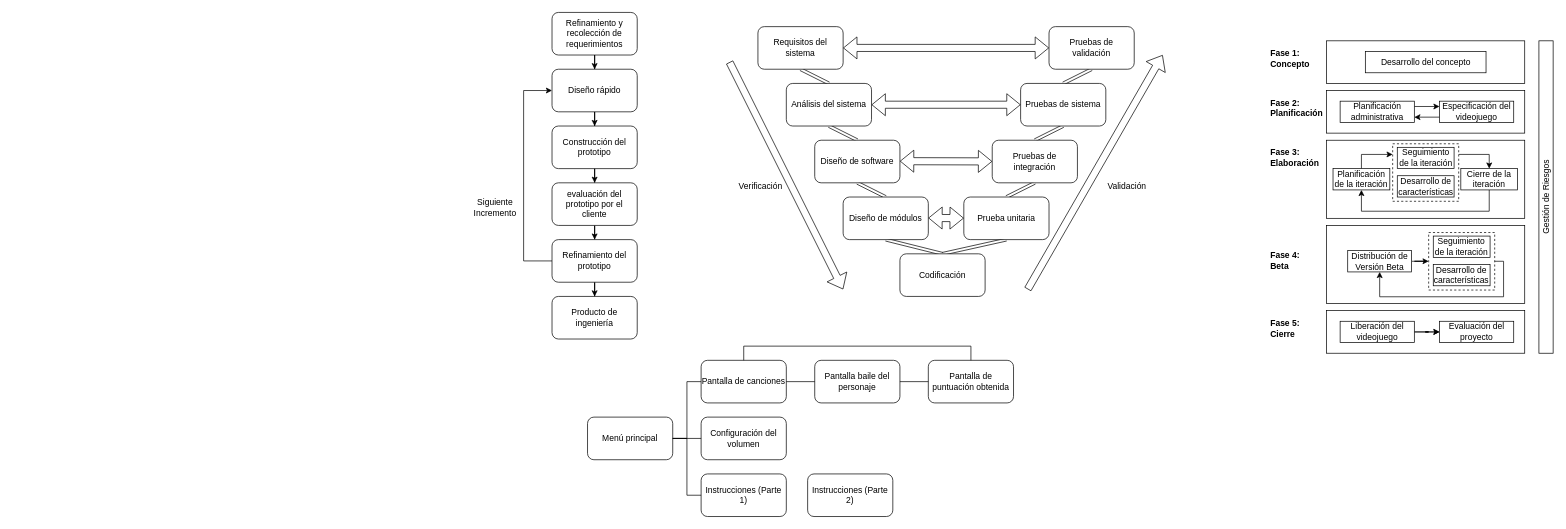
Before: Untitled Diagram.drawio in CesarIsraelLeonCifuentes/VideojuegoTesis, a draw.io diagram. Source tidied: cells renumbered, new cells numbered last; positions are measured from the earlier drawing's top-left corner, leaving out a move shared by most shapes. Both pictures are drawn from the tidied source at 71%, with x=0, y=0 at pixel (474, 12).
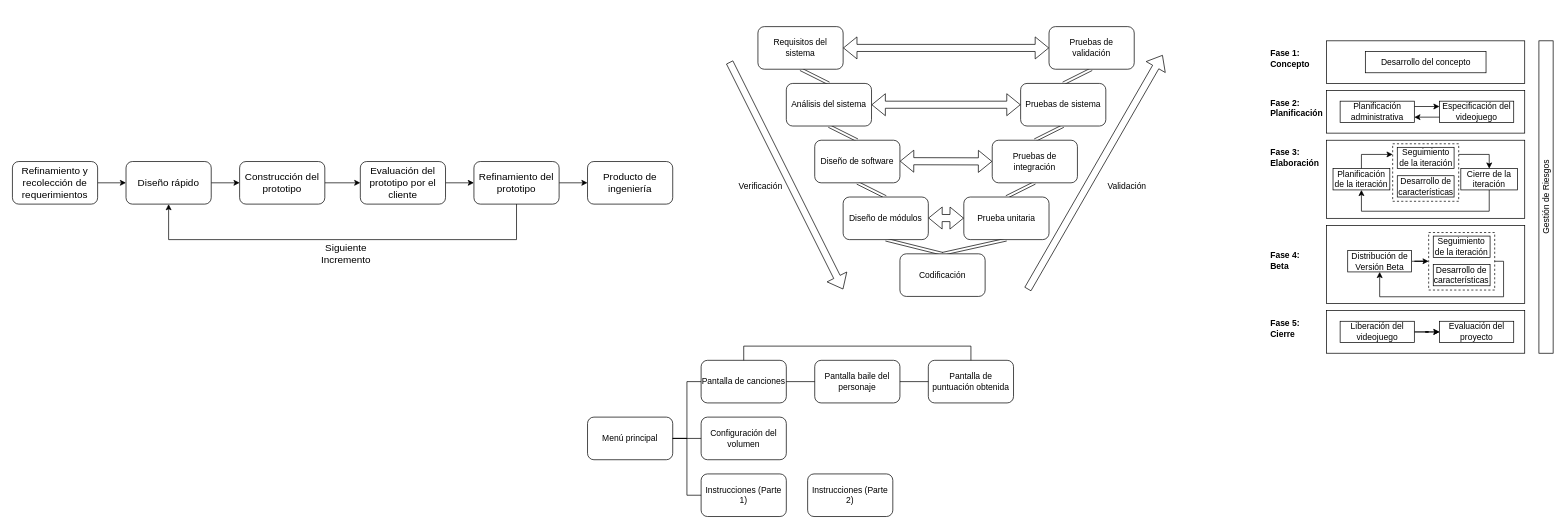
After the change.

The edit, as a diff of the source:
```diff
@@
-    <mxCell id="3" value="Refinamiento y recolección de requerimientos" style="rounded=1;whiteSpace=wrap;html=1;" parent="1" vertex="1">
-      <mxGeometry x="110" width="120" height="60" as="geometry" />
+    <mxCell id="3" value="&lt;font style=&quot;font-size: 14px;&quot;&gt;Refinamiento y recolección de requerimientos&lt;/font&gt;" style="rounded=1;whiteSpace=wrap;html=1;" parent="1" vertex="1">
+      <mxGeometry x="-650" y="210" width="120" height="60" as="geometry" />
     </mxCell>
@@
-    <mxCell id="5" value="Diseño rápido" style="rounded=1;whiteSpace=wrap;html=1;" parent="1" vertex="1">
-      <mxGeometry x="110" y="80" width="120" height="60" as="geometry" />
+    <mxCell id="5" value="&lt;font style=&quot;font-size: 14px;&quot;&gt;Diseño rápido&lt;/font&gt;" style="rounded=1;whiteSpace=wrap;html=1;" parent="1" vertex="1">
+      <mxGeometry x="-490" y="210" width="120" height="60" as="geometry" />
     </mxCell>
@@
-    <mxCell id="7" value="Construcción del prototipo" style="rounded=1;whiteSpace=wrap;html=1;" parent="1" vertex="1">
-      <mxGeometry x="110" y="160" width="120" height="60" as="geometry" />
+    <mxCell id="7" value="&lt;font style=&quot;font-size: 14px;&quot;&gt;Construcción del prototipo&lt;/font&gt;" style="rounded=1;whiteSpace=wrap;html=1;" parent="1" vertex="1">
+      <mxGeometry x="-330" y="210" width="120" height="60" as="geometry" />
     </mxCell>
@@
-    <mxCell id="9" value="evaluación del prototipo por el cliente" style="rounded=1;whiteSpace=wrap;html=1;" parent="1" vertex="1">
-      <mxGeometry x="110" y="240" width="120" height="60" as="geometry" />
+    <mxCell id="9" value="&lt;font style=&quot;font-size: 14px;&quot;&gt;Evaluación del prototipo por el cliente&lt;/font&gt;" style="rounded=1;whiteSpace=wrap;html=1;" parent="1" vertex="1">
+      <mxGeometry x="-160" y="210" width="120" height="60" as="geometry" />
     </mxCell>
-    <mxCell id="10" style="edgeStyle=orthogonalEdgeStyle;rounded=0;jettySize=auto;html=1;entryX=0;entryY=0.5;entryDx=0;entryDy=0;" parent="1" edge="1" source="12" target="5">
+    <mxCell id="10" style="edgeStyle=orthogonalEdgeStyle;rounded=0;jettySize=auto;html=1;entryX=0.5;entryY=1;entryDx=0;entryDy=0;" parent="1" edge="1" source="12" target="5">
       <mxGeometry relative="1" as="geometry">
         <Array as="points">
-          <mxPoint x="70" y="350" />
-          <mxPoint x="70" y="110" />
+          <mxPoint x="60" y="320" />
+          <mxPoint x="-430" y="320" />
         </Array>
       </mxGeometry>
     </mxCell>
@@
-    <mxCell id="12" value="Refinamiento del prototipo" style="rounded=1;whiteSpace=wrap;html=1;" parent="1" vertex="1">
-      <mxGeometry x="110" y="320" width="120" height="60" as="geometry" />
+    <mxCell id="12" value="&lt;font style=&quot;font-size: 14px;&quot;&gt;Refinamiento del prototipo&lt;/font&gt;" style="rounded=1;whiteSpace=wrap;html=1;" parent="1" vertex="1">
+      <mxGeometry y="210" width="120" height="60" as="geometry" />
     </mxCell>
-    <mxCell id="13" value="Producto de ingeniería" style="rounded=1;whiteSpace=wrap;html=1;" parent="1" vertex="1">
-      <mxGeometry x="110" y="400" width="120" height="60" as="geometry" />
+    <mxCell id="13" value="&lt;font style=&quot;font-size: 14px;&quot;&gt;Producto de ingeniería&lt;/font&gt;" style="rounded=1;whiteSpace=wrap;html=1;" parent="1" vertex="1">
+      <mxGeometry x="160" y="210" width="120" height="60" as="geometry" />
     </mxCell>
-    <mxCell id="14" value="Siguiente&lt;br&gt;Incremento" style="text;html=1;strokeColor=none;fillColor=none;align=center;verticalAlign=middle;whiteSpace=wrap;rounded=0;" parent="1" vertex="1">
-      <mxGeometry y="260" width="60" height="30" as="geometry" />
+    <mxCell id="14" value="&lt;font style=&quot;font-size: 14px;&quot;&gt;Siguiente&lt;br&gt;Incremento&lt;/font&gt;" style="text;html=1;strokeColor=none;fillColor=none;align=center;verticalAlign=middle;whiteSpace=wrap;rounded=0;" parent="1" vertex="1">
+      <mxGeometry x="-210" y="325" width="60" height="30" as="geometry" />
     </mxCell>
```
